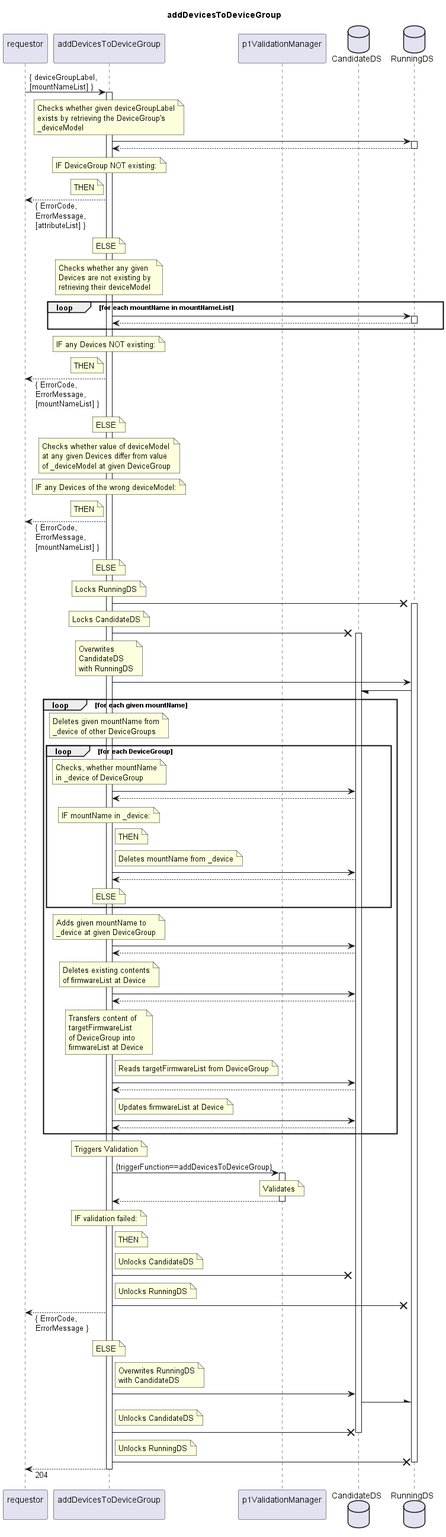
This is spec/Services/addDevicesToDeviceGroup/1.0.0/addDevicesToDeviceGroup.png from openBackhaul/FirmWareManager, a PlantUML export, as it was before one commit.
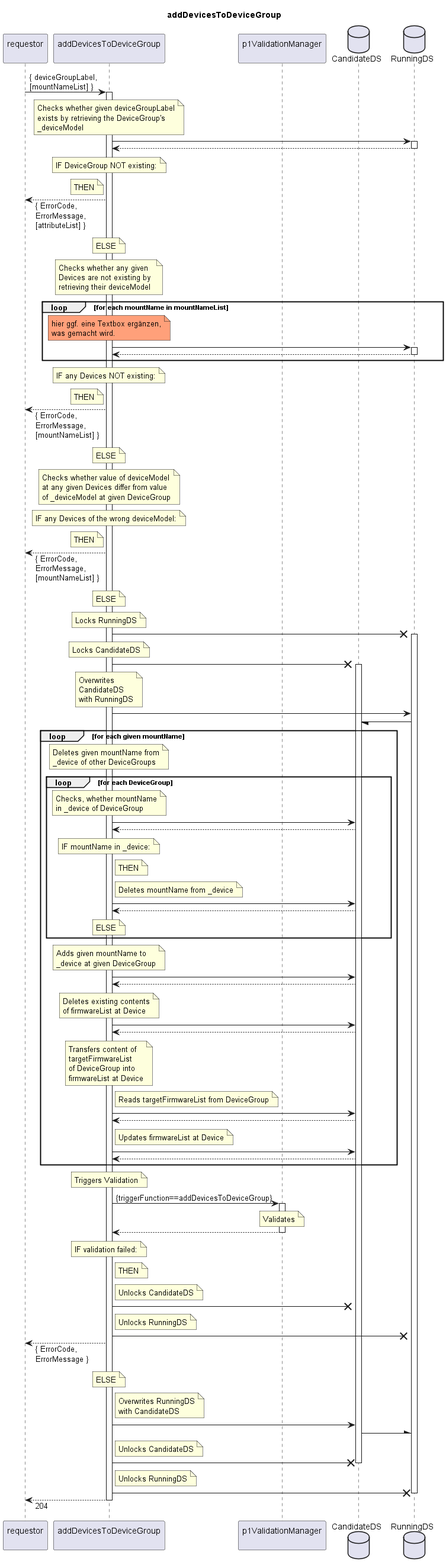
The same file after the commit.

Change to the diagram source:
```diff
@@ -6,197 +6,202 @@
 end title
 
 participant "requestor\n" as requestor
-participant "addDevicesToDeviceGroup\n" as indServ
+participant "addDevicesToDeviceGroup\n" as cur
 participant "p1ValidationManager\n" as valiMan
 database "CandidateDS" as CanDS
 database "RunningDS" as RunDS
 
-requestor -> indServ: { deviceGroupLabel,\n[mountNameList] }
-activate indServ
+requestor -> cur: { deviceGroupLabel,\n[mountNameList] }
+activate cur
 
-  note over indServ
+  note over cur
     Checks whether given deviceGroupLabel
     exists by retrieving the DeviceGroup's
     _deviceModel
   end note
-  indServ -> RunDS
+  cur -> RunDS
   activate RunDS
-  indServ <-- RunDS
+  cur <-- RunDS
   deactivate RunDS
-  note over indServ
+  note over cur
     IF DeviceGroup NOT existing:
   end note
-  note left indServ
+  note left cur
     THEN
   end note
-  requestor <-- indServ: { ErrorCode,\nErrorMessage,\n[attributeList] }
-  note over indServ
+  requestor <-- cur: { ErrorCode,\nErrorMessage,\n[attributeList] }
+  note over cur
     ELSE
   end note
 
-  note over indServ
+  note over cur
     Checks whether any given
     Devices are not existing by
     retrieving their deviceModel
   end note
   loop for each mountName in mountNameList
-    indServ -> RunDS
+    note over cur #LightSalmon
+      hier ggf. eine Textbox ergänzen,
+      was gemacht wird.
+    end note
+
+    cur -> RunDS
     activate RunDS
-    indServ <-- RunDS
+    cur <-- RunDS
     deactivate RunDS
   end loop
-  note over indServ
+  note over cur
     IF any Devices NOT existing:
   end note
-  note left indServ
+  note left cur
     THEN
   end note
-  requestor <-- indServ: { ErrorCode,\nErrorMessage,\n[mountNameList] }
-  note over indServ
+  requestor <-- cur: { ErrorCode,\nErrorMessage,\n[mountNameList] }
+  note over cur
     ELSE
   end note
 
-  note over indServ
+  note over cur
     Checks whether value of deviceModel
     at any given Devices differ from value
     of _deviceModel at given DeviceGroup
   end note
-  note over indServ
+  note over cur
     IF any Devices of the wrong deviceModel:
   end note
-  note left indServ
+  note left cur
     THEN
   end note
-  requestor <-- indServ: { ErrorCode,\nErrorMessage,\n[mountNameList] }
-  note over indServ
+  requestor <-- cur: { ErrorCode,\nErrorMessage,\n[mountNameList] }
+  note over cur
     ELSE
   end note
 
-  note over indServ
+  note over cur
     Locks RunningDS
   end note
-  indServ -X RunDS
+  cur -X RunDS
   activate RunDS
-  note over indServ
+  note over cur
     Locks CandidateDS
   end note
-  indServ -X CanDS
+  cur -X CanDS
   activate CanDS
-  note over indServ
+  note over cur
     Overwrites
     CandidateDS
     with RunningDS
   end note
-  indServ -> RunDS
+  cur -> RunDS
   RunDS -/ CanDS
 
   loop for each given mountName
-    note over indServ
+    note over cur
       Deletes given mountName from
       _device of other DeviceGroups
     end note
     loop for each DeviceGroup
-      note over indServ
+      note over cur
         Checks, whether mountName
         in _device of DeviceGroup
       end note
-      indServ -> CanDS
-      indServ <-- CanDS
-      note over indServ
+      cur -> CanDS
+      cur <-- CanDS
+      note over cur
         IF mountName in _device:
       end note
-      note right indServ
+      note right cur
         THEN
       end note
-      note right indServ
+      note right cur
         Deletes mountName from _device
       end note
-      indServ -> CanDS
-      indServ <-- CanDS
-      note over indServ
+      cur -> CanDS
+      cur <-- CanDS
+      note over cur
         ELSE
       end note
     end loop
 
-    note over indServ
+    note over cur
       Adds given mountName to
       _device at given DeviceGroup
     end note
-    indServ -> CanDS
-    indServ <-- CanDS
+    cur -> CanDS
+    cur <-- CanDS
 
-    note over indServ
+    note over cur
       Deletes existing contents
       of firmwareList at Device
     end note
-    indServ -> CanDS
-    indServ <-- CanDS
+    cur -> CanDS
+    cur <-- CanDS
 
-    note over indServ
+    note over cur
       Transfers content of
       targetFirmwareList
       of DeviceGroup into
       firmwareList at Device
     end note
-    note right indServ
+    note right cur
       Reads targetFirmwareList from DeviceGroup
     end note
-    indServ -> CanDS
-    indServ <-- CanDS
-    note right indServ
+    cur -> CanDS
+    cur <-- CanDS
+    note right cur
       Updates firmwareList at Device
     end note
-    indServ -> CanDS
-    indServ <-- CanDS
+    cur -> CanDS
+    cur <-- CanDS
   end loop
 
-  note over indServ
+  note over cur
     Triggers Validation
   end note
-  indServ -> valiMan: {triggerFunction==addDevicesToDeviceGroup}
+  cur -> valiMan: {triggerFunction==addDevicesToDeviceGroup}
   activate valiMan
     note over valiMan
       Validates
     end note
-  indServ <-- valiMan
+  cur <-- valiMan
   deactivate valiMan
-  note over indServ
+  note over cur
     IF validation failed:
   end note
-  note right indServ
+  note right cur
     THEN
   end note
-  note right indServ
+  note right cur
     Unlocks CandidateDS
   end note
-  indServ -X CanDS
-  note right indServ
+  cur -X CanDS
+  note right cur
     Unlocks RunningDS
   end note
-  indServ -X RunDS
-  requestor <-- indServ: { ErrorCode,\nErrorMessage }
-  note over indServ
+  cur -X RunDS
+  requestor <-- cur: { ErrorCode,\nErrorMessage }
+  note over cur
     ELSE
   end note
 
-  note right indServ
+  note right cur
     Overwrites RunningDS
     with CandidateDS
   end note
-  indServ -> CanDS
+  cur -> CanDS
   CanDS -\ RunDS
-  note right indServ
+  note right cur
     Unlocks CandidateDS
   end note
-  indServ -X CanDS
+  cur -X CanDS
   deactivate CanDS
-  note right indServ
+  note right cur
     Unlocks RunningDS
   end note
-  indServ -X RunDS
+  cur -X RunDS
   deactivate RunDS
 
-requestor <-- indServ: 204
-deactivate indServ
+requestor <-- cur: 204
+deactivate cur
 
 @enduml
```
